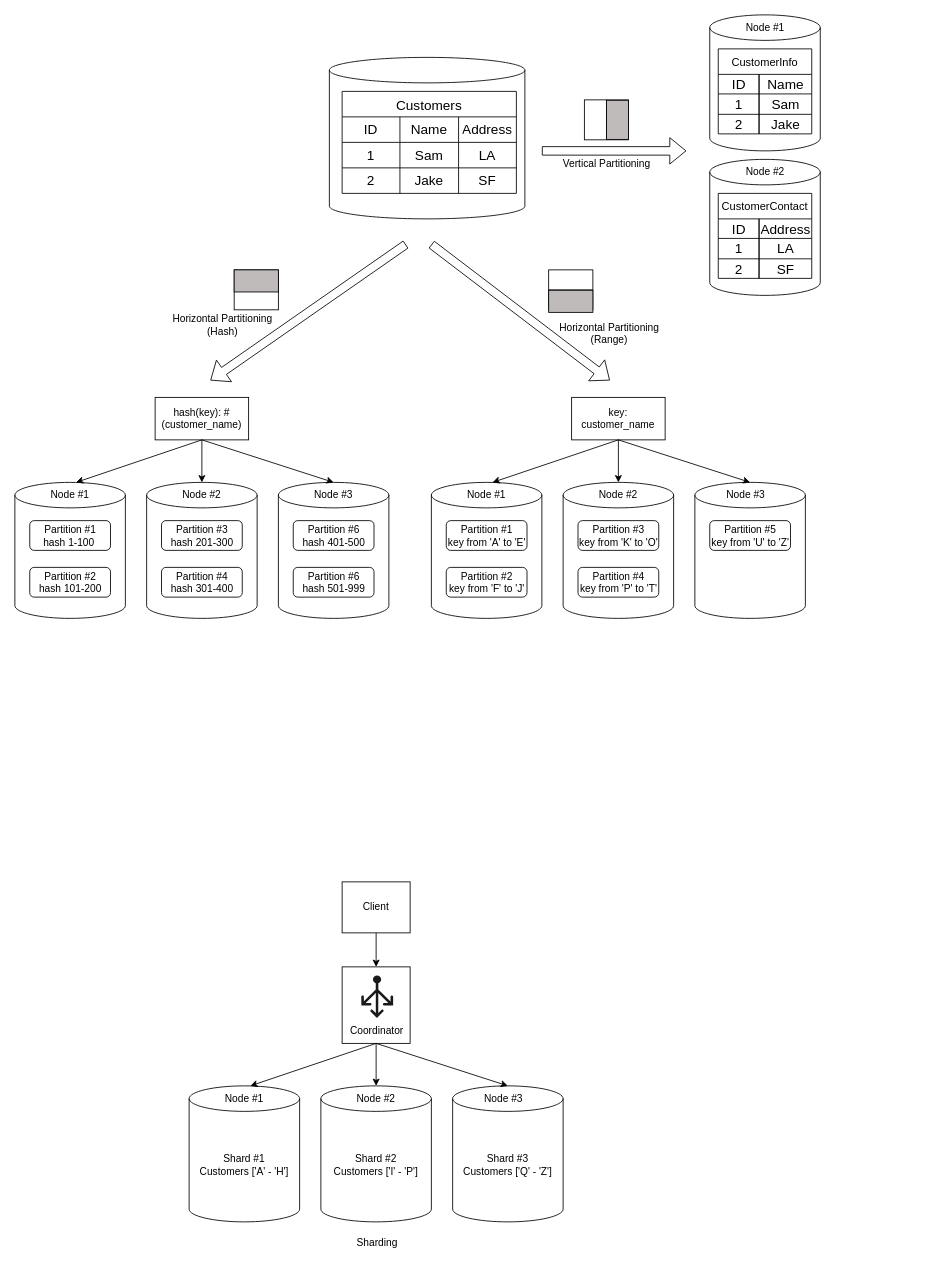
jayanthkmr/architecture-diagrams keeps this draw.io diagram as Partitioning Diagram.drawio. Above is the earlier version. Source tidied: cells renumbered, new cells numbered last; positions are measured from the earlier drawing's top-left corner, leaving out a move shared by most shapes. Both pictures are drawn from the tidied source at 85%, with x=0, y=0 at pixel (14, 14).
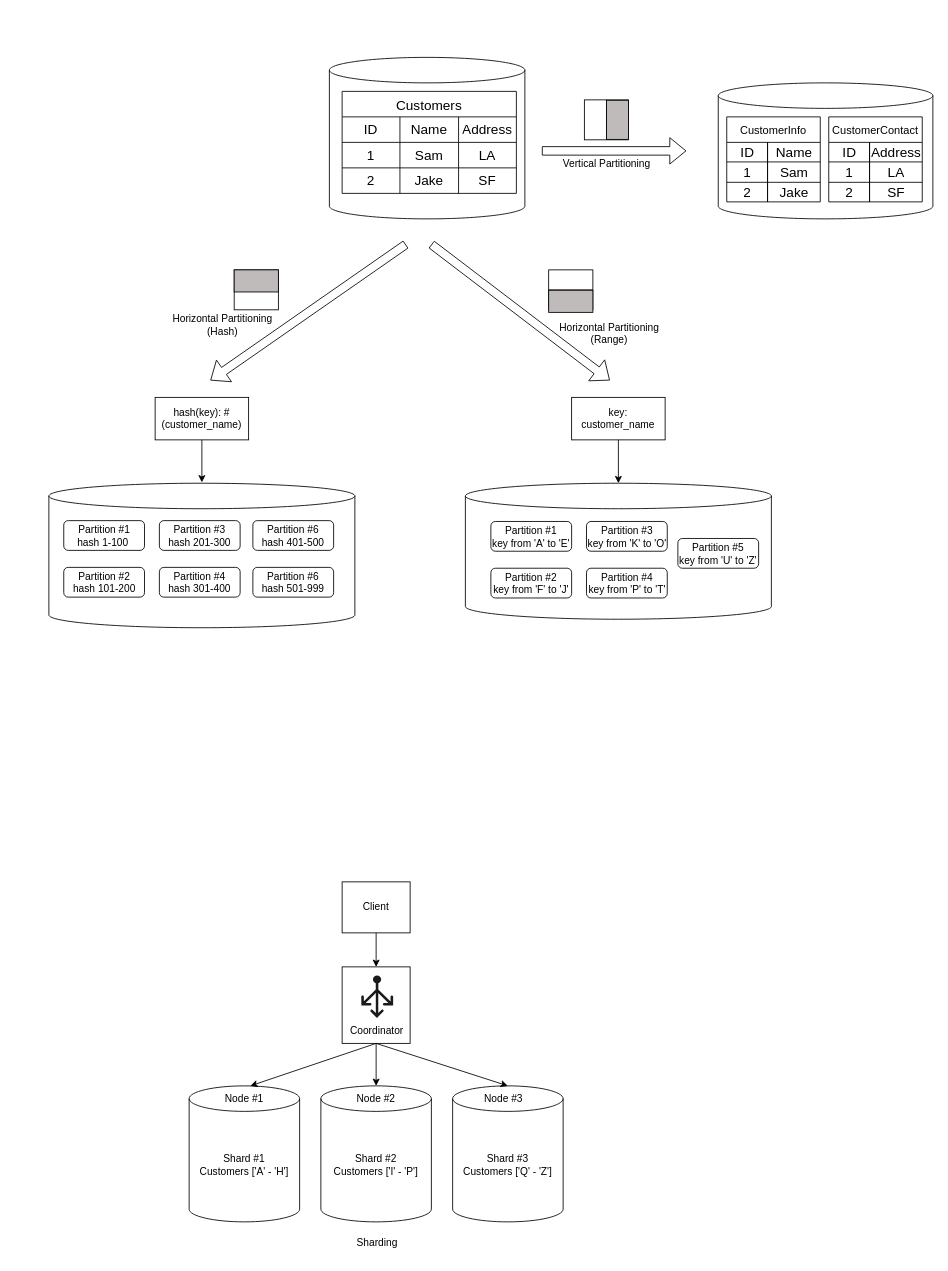
The same page after the edit.

The change refers to these unchanged cells:
```xml
<mxCell id="5" value="key: customer_name" style="rounded=0;whiteSpace=wrap;html=1;" parent="1" vertex="1">
  <mxGeometry x="655" y="450" width="110" height="50" as="geometry" />
</mxCell>
<mxCell id="17" value="hash(key): #(customer_name)" style="rounded=0;whiteSpace=wrap;html=1;" parent="1" vertex="1">
  <mxGeometry x="165" y="450" width="110" height="50" as="geometry" />
</mxCell>
```

What changed in the source:
```diff
@@
+    <mxCell id="7" style="shape=cylinder3;whiteSpace=wrap;html=1;boundedLbl=1;backgroundOutline=1;size=15;" parent="1" vertex="1">
+      <mxGeometry x="530" y="551" width="360" height="160" as="geometry" />
+    </mxCell>
@@
-    <mxCell id="3" style="shape=cylinder3;whiteSpace=wrap;html=1;boundedLbl=1;backgroundOutline=1;size=15;" parent="1" vertex="1">
-      <mxGeometry x="490" y="550" width="130" height="160" as="geometry" />
-    </mxCell>
     <mxCell id="4" value="Partition #1&lt;br&gt;key from 'A' to 'E'" style="rounded=1;whiteSpace=wrap;html=1;" parent="1" vertex="1">
-      <mxGeometry x="507.5" y="595" width="95" height="35" as="geometry" />
+      <mxGeometry x="560" y="596" width="95" height="35" as="geometry" />
     </mxCell>
@@
     <mxCell id="6" value="Partition #2&lt;br&gt;key from 'F' to 'J'" style="rounded=1;whiteSpace=wrap;html=1;" parent="1" vertex="1">
-      <mxGeometry x="507.5" y="650" width="95" height="35" as="geometry" />
+      <mxGeometry x="560" y="651" width="95" height="35" as="geometry" />
     </mxCell>
-    <mxCell id="7" style="shape=cylinder3;whiteSpace=wrap;html=1;boundedLbl=1;backgroundOutline=1;size=15;" parent="1" vertex="1">
-      <mxGeometry x="645" y="550" width="130" height="160" as="geometry" />
-    </mxCell>
     <mxCell id="8" value="Partition #3&lt;br&gt;key from 'K' to 'O'" style="rounded=1;whiteSpace=wrap;html=1;" parent="1" vertex="1">
-      <mxGeometry x="662.5" y="595" width="95" height="35" as="geometry" />
+      <mxGeometry x="672.5" y="596" width="95" height="35" as="geometry" />
     </mxCell>
     <mxCell id="9" value="Partition #4&lt;br&gt;key from 'P' to 'T'" style="rounded=1;whiteSpace=wrap;html=1;" parent="1" vertex="1">
-      <mxGeometry x="662.5" y="650" width="95" height="35" as="geometry" />
+      <mxGeometry x="672.5" y="651" width="95" height="35" as="geometry" />
     </mxCell>
-    <mxCell id="10" style="shape=cylinder3;whiteSpace=wrap;html=1;boundedLbl=1;backgroundOutline=1;size=15;" parent="1" vertex="1">
-      <mxGeometry x="800" y="550" width="130" height="160" as="geometry" />
-    </mxCell>
     <mxCell id="11" value="Partition #5&lt;br&gt;key from 'U' to 'Z'" style="rounded=1;whiteSpace=wrap;html=1;" parent="1" vertex="1">
-      <mxGeometry x="817.5" y="595" width="95" height="35" as="geometry" />
+      <mxGeometry x="780" y="616" width="95" height="35" as="geometry" />
     </mxCell>
-    <mxCell id="12" style="endArrow=classic;html=1;rounded=0;exitX=0.5;exitY=1;exitDx=0;exitDy=0;entryX=0.554;entryY=0;entryDx=0;entryDy=0;entryPerimeter=0;" parent="1" edge="1" source="5" target="3">
-      <mxGeometry relative="1" as="geometry" />
-    </mxCell>
@@
-    <mxCell id="14" style="endArrow=classic;html=1;rounded=0;exitX=0.5;exitY=1;exitDx=0;exitDy=0;entryX=0.5;entryY=0;entryDx=0;entryDy=0;entryPerimeter=0;" parent="1" edge="1" source="5" target="10">
-      <mxGeometry relative="1" as="geometry" />
-    </mxCell>
     <mxCell id="15" style="shape=cylinder3;whiteSpace=wrap;html=1;boundedLbl=1;backgroundOutline=1;size=15;" parent="1" vertex="1">
-      <mxGeometry y="550" width="130" height="160" as="geometry" />
+      <mxGeometry x="40" y="551" width="360" height="170" as="geometry" />
     </mxCell>
     <mxCell id="16" value="Partition #1&lt;br&gt;hash 1-100&amp;nbsp;" style="rounded=1;whiteSpace=wrap;html=1;" parent="1" vertex="1">
-      <mxGeometry x="17.5" y="595" width="95" height="35" as="geometry" />
+      <mxGeometry x="57.5" y="595" width="95" height="35" as="geometry" />
     </mxCell>
@@
     <mxCell id="18" value="Partition #2&lt;br&gt;hash 101-200" style="rounded=1;whiteSpace=wrap;html=1;" parent="1" vertex="1">
-      <mxGeometry x="17.5" y="650" width="95" height="35" as="geometry" />
+      <mxGeometry x="57.5" y="650" width="95" height="35" as="geometry" />
     </mxCell>
-    <mxCell id="19" style="shape=cylinder3;whiteSpace=wrap;html=1;boundedLbl=1;backgroundOutline=1;size=15;" parent="1" vertex="1">
-      <mxGeometry x="155" y="550" width="130" height="160" as="geometry" />
-    </mxCell>
     <mxCell id="20" value="Partition #3&lt;br&gt;hash 201-300" style="rounded=1;whiteSpace=wrap;html=1;" parent="1" vertex="1">
-      <mxGeometry x="172.5" y="595" width="95" height="35" as="geometry" />
+      <mxGeometry x="170" y="595" width="95" height="35" as="geometry" />
     </mxCell>
     <mxCell id="21" value="Partition #4&lt;br&gt;hash 301-400" style="rounded=1;whiteSpace=wrap;html=1;" parent="1" vertex="1">
-      <mxGeometry x="172.5" y="650" width="95" height="35" as="geometry" />
+      <mxGeometry x="170" y="650" width="95" height="35" as="geometry" />
     </mxCell>
-    <mxCell id="22" style="shape=cylinder3;whiteSpace=wrap;html=1;boundedLbl=1;backgroundOutline=1;size=15;" parent="1" vertex="1">
-      <mxGeometry x="310" y="550" width="130" height="160" as="geometry" />
-    </mxCell>
     <mxCell id="23" value="Partition #6&lt;br style=&quot;border-color: var(--border-color);&quot;&gt;hash 401-500" style="rounded=1;whiteSpace=wrap;html=1;" parent="1" vertex="1">
-      <mxGeometry x="327.5" y="595" width="95" height="35" as="geometry" />
+      <mxGeometry x="280" y="595" width="95" height="35" as="geometry" />
     </mxCell>
-    <mxCell id="24" style="endArrow=classic;html=1;rounded=0;exitX=0.5;exitY=1;exitDx=0;exitDy=0;entryX=0.554;entryY=0;entryDx=0;entryDy=0;entryPerimeter=0;" parent="1" edge="1" source="17" target="15">
-      <mxGeometry relative="1" as="geometry" />
-    </mxCell>
-    <mxCell id="25" style="endArrow=classic;html=1;rounded=0;exitX=0.5;exitY=1;exitDx=0;exitDy=0;" parent="1" edge="1" source="17" target="19">
-      <mxGeometry relative="1" as="geometry" />
+    <mxCell id="25" style="endArrow=classic;html=1;rounded=0;exitX=0.5;exitY=1;exitDx=0;exitDy=0;" parent="1" edge="1" source="17">
+      <mxGeometry relative="1" as="geometry">
+        <mxPoint x="220" y="550" as="targetPoint" />
+      </mxGeometry>
     </mxCell>
-    <mxCell id="26" style="endArrow=classic;html=1;rounded=0;exitX=0.5;exitY=1;exitDx=0;exitDy=0;entryX=0.5;entryY=0;entryDx=0;entryDy=0;entryPerimeter=0;" parent="1" edge="1" source="17" target="22">
-      <mxGeometry relative="1" as="geometry" />
-    </mxCell>
     <mxCell id="27" value="Partition #6&lt;br&gt;hash 501-999" style="rounded=1;whiteSpace=wrap;html=1;" parent="1" vertex="1">
-      <mxGeometry x="327.5" y="650" width="95" height="35" as="geometry" />
+      <mxGeometry x="280" y="650" width="95" height="35" as="geometry" />
     </mxCell>
-    <mxCell id="28" value="Node #1" style="text;html=1;strokeColor=none;fillColor=none;align=center;verticalAlign=middle;whiteSpace=wrap;rounded=0;" parent="1" vertex="1">
-      <mxGeometry x="525" y="550" width="60" height="30" as="geometry" />
-    </mxCell>
-    <mxCell id="29" value="Node #2" style="text;html=1;strokeColor=none;fillColor=none;align=center;verticalAlign=middle;whiteSpace=wrap;rounded=0;" parent="1" vertex="1">
-      <mxGeometry x="680" y="550" width="60" height="30" as="geometry" />
-    </mxCell>
-    <mxCell id="30" value="Node #3" style="text;html=1;strokeColor=none;fillColor=none;align=center;verticalAlign=middle;whiteSpace=wrap;rounded=0;" parent="1" vertex="1">
-      <mxGeometry x="830" y="550" width="60" height="30" as="geometry" />
-    </mxCell>
-    <mxCell id="31" value="Node #1" style="text;html=1;strokeColor=none;fillColor=none;align=center;verticalAlign=middle;whiteSpace=wrap;rounded=0;" parent="1" vertex="1">
-      <mxGeometry x="35" y="550" width="60" height="30" as="geometry" />
-    </mxCell>
-    <mxCell id="32" value="Node #2" style="text;html=1;strokeColor=none;fillColor=none;align=center;verticalAlign=middle;whiteSpace=wrap;rounded=0;" parent="1" vertex="1">
-      <mxGeometry x="190" y="550" width="60" height="30" as="geometry" />
-    </mxCell>
-    <mxCell id="33" value="Node #3" style="text;html=1;strokeColor=none;fillColor=none;align=center;verticalAlign=middle;whiteSpace=wrap;rounded=0;" parent="1" vertex="1">
-      <mxGeometry x="345" y="550" width="60" height="30" as="geometry" />
-    </mxCell>
@@
     <mxCell id="63" style="shape=cylinder3;whiteSpace=wrap;html=1;boundedLbl=1;backgroundOutline=1;size=15;" parent="1" vertex="1">
-      <mxGeometry x="817.5" width="130" height="160" as="geometry" />
+      <mxGeometry x="827.5" y="80" width="252.5" height="160" as="geometry" />
     </mxCell>
-    <mxCell id="64" value="Node #1" style="text;html=1;strokeColor=none;fillColor=none;align=center;verticalAlign=middle;whiteSpace=wrap;rounded=0;" parent="1" vertex="1">
-      <mxGeometry x="852.5" width="60" height="30" as="geometry" />
-    </mxCell>
     <mxCell id="65" value="CustomerInfo" style="shape=table;startSize=30;childLayout=tableLayout;strokeColor=default;fontSize=13;" parent="1" vertex="1">
-      <mxGeometry x="827.5" y="40" width="110" height="100" as="geometry" />
+      <mxGeometry x="837.5" y="120" width="110" height="100" as="geometry" />
     </mxCell>
@@
-    <mxCell id="78" style="shape=cylinder3;whiteSpace=wrap;html=1;boundedLbl=1;backgroundOutline=1;size=15;" parent="1" vertex="1">
-      <mxGeometry x="817.5" y="170" width="130" height="160" as="geometry" />
-    </mxCell>
-    <mxCell id="79" value="Node #2" style="text;html=1;strokeColor=none;fillColor=none;align=center;verticalAlign=middle;whiteSpace=wrap;rounded=0;" parent="1" vertex="1">
-      <mxGeometry x="852.5" y="170" width="60" height="30" as="geometry" />
-    </mxCell>
-    <mxCell id="80" value="CustomerContact" style="shape=table;startSize=30;childLayout=tableLayout;strokeColor=default;fontSize=13;" parent="1" vertex="1">
-      <mxGeometry x="827.5" y="210" width="110" height="100" as="geometry" />
-    </mxCell>
-    <mxCell id="81" style="shape=tableRow;horizontal=0;startSize=0;swimlaneHead=0;swimlaneBody=0;strokeColor=inherit;top=0;left=0;bottom=0;right=0;fillColor=none;fontSize=16;" parent="80" vertex="1">
-      <mxGeometry y="30" width="110" height="23" as="geometry" />
-    </mxCell>
-    <mxCell id="82" value="ID" style="shape=partialRectangle;html=1;whiteSpace=wrap;strokeColor=inherit;overflow=hidden;fillColor=none;top=0;left=0;bottom=0;right=0;fontSize=16;" parent="81" vertex="1">
-      <mxGeometry width="48" height="23" as="geometry" />
-    </mxCell>
-    <mxCell id="83" style="shape=partialRectangle;html=1;whiteSpace=wrap;strokeColor=inherit;overflow=hidden;fillColor=none;top=0;left=0;bottom=0;right=0;fontSize=16;" parent="81" vertex="1">
-      <mxGeometry x="48" height="23" as="geometry" />
-    </mxCell>
-    <mxCell id="84" value="Address" style="shape=partialRectangle;html=1;whiteSpace=wrap;strokeColor=inherit;overflow=hidden;fillColor=none;top=0;left=0;bottom=0;right=0;fontSize=16;" parent="81" vertex="1">
-      <mxGeometry x="48" width="62" height="23" as="geometry" />
-    </mxCell>
-    <mxCell id="85" style="shape=tableRow;horizontal=0;startSize=0;swimlaneHead=0;swimlaneBody=0;strokeColor=inherit;top=0;left=0;bottom=0;right=0;fillColor=none;fontSize=16;" parent="80" vertex="1">
-      <mxGeometry y="53" width="110" height="24" as="geometry" />
-    </mxCell>
-    <mxCell id="86" value="1" style="shape=partialRectangle;html=1;whiteSpace=wrap;strokeColor=inherit;overflow=hidden;fillColor=none;top=0;left=0;bottom=0;right=0;fontSize=16;" parent="85" vertex="1">
-      <mxGeometry width="48" height="24" as="geometry" />
-    </mxCell>
-    <mxCell id="87" style="shape=partialRectangle;html=1;whiteSpace=wrap;strokeColor=inherit;overflow=hidden;fillColor=none;top=0;left=0;bottom=0;right=0;fontSize=16;" parent="85" vertex="1">
-      <mxGeometry x="48" height="24" as="geometry" />
-    </mxCell>
-    <mxCell id="88" value="LA" style="shape=partialRectangle;html=1;whiteSpace=wrap;strokeColor=inherit;overflow=hidden;fillColor=none;top=0;left=0;bottom=0;right=0;fontSize=16;" parent="85" vertex="1">
-      <mxGeometry x="48" width="62" height="24" as="geometry" />
-    </mxCell>
-    <mxCell id="89" style="shape=tableRow;horizontal=0;startSize=0;swimlaneHead=0;swimlaneBody=0;strokeColor=inherit;top=0;left=0;bottom=0;right=0;fillColor=none;fontSize=16;" parent="80" vertex="1">
-      <mxGeometry y="77" width="110" height="23" as="geometry" />
-    </mxCell>
-    <mxCell id="90" value="2" style="shape=partialRectangle;html=1;whiteSpace=wrap;strokeColor=inherit;overflow=hidden;fillColor=none;top=0;left=0;bottom=0;right=0;fontSize=16;" parent="89" vertex="1">
-      <mxGeometry width="48" height="23" as="geometry" />
-    </mxCell>
-    <mxCell id="91" style="shape=partialRectangle;html=1;whiteSpace=wrap;strokeColor=inherit;overflow=hidden;fillColor=none;top=0;left=0;bottom=0;right=0;fontSize=16;" parent="89" vertex="1">
-      <mxGeometry x="48" height="23" as="geometry" />
-    </mxCell>
-    <mxCell id="92" value="SF" style="shape=partialRectangle;html=1;whiteSpace=wrap;strokeColor=inherit;overflow=hidden;fillColor=none;top=0;left=0;bottom=0;right=0;fontSize=16;" parent="89" vertex="1">
-      <mxGeometry x="48" width="62" height="23" as="geometry" />
-    </mxCell>
@@
+    <mxCell id="80" value="CustomerContact" style="shape=table;startSize=30;childLayout=tableLayout;strokeColor=default;fontSize=13;" parent="1" vertex="1">
+      <mxGeometry x="957.5" y="120" width="110" height="100" as="geometry" />
+    </mxCell>
+    <mxCell id="81" style="shape=tableRow;horizontal=0;startSize=0;swimlaneHead=0;swimlaneBody=0;strokeColor=inherit;top=0;left=0;bottom=0;right=0;fillColor=none;fontSize=16;" parent="80" vertex="1">
+      <mxGeometry y="30" width="110" height="23" as="geometry" />
+    </mxCell>
+    <mxCell id="82" value="ID" style="shape=partialRectangle;html=1;whiteSpace=wrap;strokeColor=inherit;overflow=hidden;fillColor=none;top=0;left=0;bottom=0;right=0;fontSize=16;" parent="81" vertex="1">
+      <mxGeometry width="48" height="23" as="geometry" />
+    </mxCell>
+    <mxCell id="107" style="shape=partialRectangle;html=1;whiteSpace=wrap;strokeColor=inherit;overflow=hidden;fillColor=none;top=0;left=0;bottom=0;right=0;fontSize=16;" parent="81" vertex="1">
+      <mxGeometry x="48" height="23" as="geometry" />
+    </mxCell>
+    <mxCell id="84" value="Address" style="shape=partialRectangle;html=1;whiteSpace=wrap;strokeColor=inherit;overflow=hidden;fillColor=none;top=0;left=0;bottom=0;right=0;fontSize=16;" parent="81" vertex="1">
+      <mxGeometry x="48" width="62" height="23" as="geometry" />
+    </mxCell>
+    <mxCell id="85" style="shape=tableRow;horizontal=0;startSize=0;swimlaneHead=0;swimlaneBody=0;strokeColor=inherit;top=0;left=0;bottom=0;right=0;fillColor=none;fontSize=16;" parent="80" vertex="1">
+      <mxGeometry y="53" width="110" height="24" as="geometry" />
+    </mxCell>
+    <mxCell id="86" value="1" style="shape=partialRectangle;html=1;whiteSpace=wrap;strokeColor=inherit;overflow=hidden;fillColor=none;top=0;left=0;bottom=0;right=0;fontSize=16;" parent="85" vertex="1">
+      <mxGeometry width="48" height="24" as="geometry" />
+    </mxCell>
+    <mxCell id="87" style="shape=partialRectangle;html=1;whiteSpace=wrap;strokeColor=inherit;overflow=hidden;fillColor=none;top=0;left=0;bottom=0;right=0;fontSize=16;" parent="85" vertex="1">
+      <mxGeometry x="48" height="24" as="geometry" />
+    </mxCell>
+    <mxCell id="88" value="LA" style="shape=partialRectangle;html=1;whiteSpace=wrap;strokeColor=inherit;overflow=hidden;fillColor=none;top=0;left=0;bottom=0;right=0;fontSize=16;" parent="85" vertex="1">
+      <mxGeometry x="48" width="62" height="24" as="geometry" />
+    </mxCell>
+    <mxCell id="89" style="shape=tableRow;horizontal=0;startSize=0;swimlaneHead=0;swimlaneBody=0;strokeColor=inherit;top=0;left=0;bottom=0;right=0;fillColor=none;fontSize=16;" parent="80" vertex="1">
+      <mxGeometry y="77" width="110" height="23" as="geometry" />
+    </mxCell>
+    <mxCell id="90" value="2" style="shape=partialRectangle;html=1;whiteSpace=wrap;strokeColor=inherit;overflow=hidden;fillColor=none;top=0;left=0;bottom=0;right=0;fontSize=16;" parent="89" vertex="1">
+      <mxGeometry width="48" height="23" as="geometry" />
+    </mxCell>
+    <mxCell id="108" style="shape=partialRectangle;html=1;whiteSpace=wrap;strokeColor=inherit;overflow=hidden;fillColor=none;top=0;left=0;bottom=0;right=0;fontSize=16;" parent="89" vertex="1">
+      <mxGeometry x="48" height="23" as="geometry" />
+    </mxCell>
+    <mxCell id="92" value="SF" style="shape=partialRectangle;html=1;whiteSpace=wrap;strokeColor=inherit;overflow=hidden;fillColor=none;top=0;left=0;bottom=0;right=0;fontSize=16;" parent="89" vertex="1">
+      <mxGeometry x="48" width="62" height="23" as="geometry" />
+    </mxCell>
```
